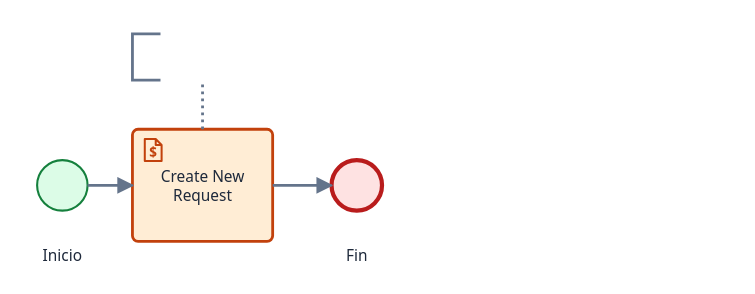
This is operations/110_Create Request Process.svg from acarvajalperez/bpmn-diagrams, a BPMN export, as it was before one commit. Its source is kept beside it as operations/110_Create Request Process.bpmn. Ids are renumbered.
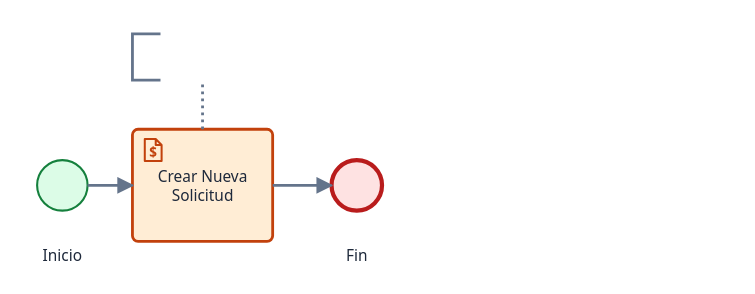
Above is the later version.

What changed in the source:
```diff
@@ -1,10 +1,10 @@
 <bpmn:definitions xmlns:bpmn="http://www.omg.org/spec/BPMN/20100524/MODEL" xmlns:bpmndi="http://www.omg.org/spec/BPMN/20100524/DI" xmlns:dc="http://www.omg.org/spec/DD/20100524/DC" xmlns:zeebe="http://camunda.org/schema/zeebe/1.0" xmlns:bioc="http://bpmn.io/schema/bpmn/biocolor/1.0" xmlns:color="http://www.omg.org/spec/BPMN/non-normative/color/1.0" xmlns:di="http://www.omg.org/spec/DD/20100524/DI" xmlns:modeler="http://camunda.org/schema/modeler/1.0" id="Definitions_1" targetNamespace="http://bpmn.io/schema/bpmn" exporter="Camunda Modeler" exporterVersion="5.51.1" modeler:executionPlatform="Camunda Cloud" modeler:executionPlatformVersion="8.7.0">
-  <bpmn:process id="process-create-request" name="Create Request Process" isExecutable="true">
+  <bpmn:process id="process-create-request" name="Proceso de Creación de Solicitud" isExecutable="true">
     <bpmn:startEvent id="StartEvent_1" name="Inicio">
       <bpmn:outgoing>Flow_n1</bpmn:outgoing>
     </bpmn:startEvent>
     <bpmn:sequenceFlow id="Flow_n1" sourceRef="StartEvent_1" targetRef="Activity_n2" />
-    <bpmn:scriptTask id="Activity_n2" name="Create New Request">
+    <bpmn:scriptTask id="Activity_n2" name="Crear Nueva Solicitud">
       <bpmn:extensionElements>
         <zeebe:script expression="=uuid()" resultVariable="requestId" />
         <zeebe:ioMapping>
```
